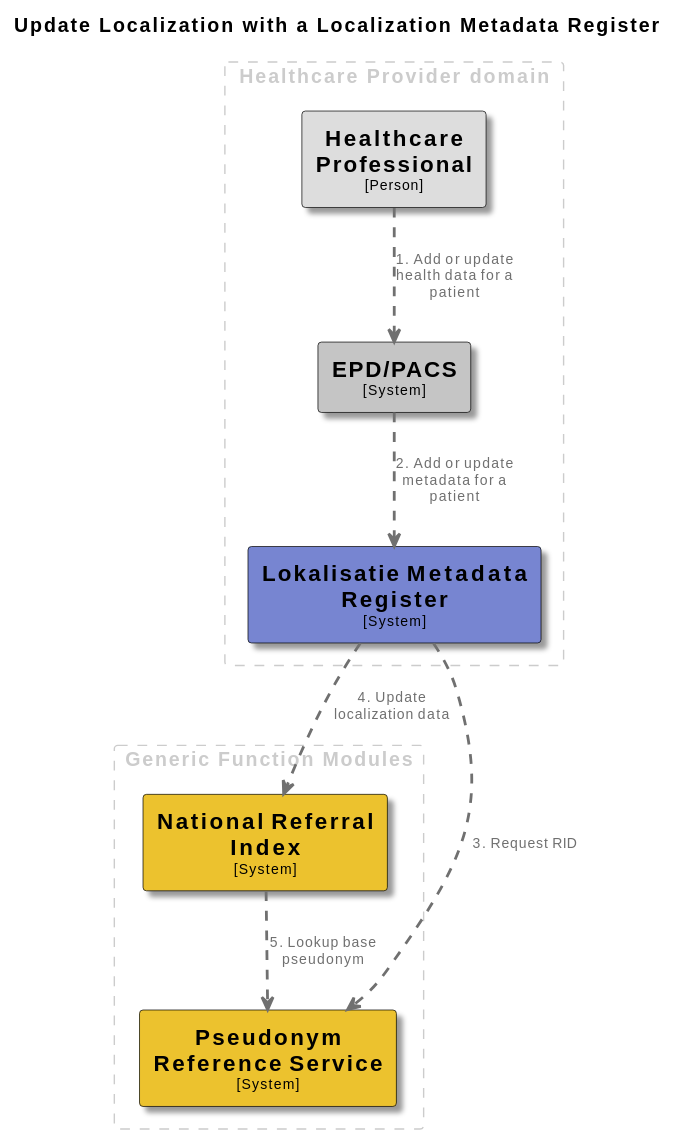
Earlier version of the PlantUML export docs/images/structurizr-UpdateLocalizationWithMetadataRegister.svg (minvws/gfmodules-coordination). Its diagram source:
```plantuml
@startuml
set separator none
title Update Localization with a Localization Metadata Register

top to bottom direction

skinparam {
  arrowFontSize 10
  defaultTextAlignment center
  wrapWidth 200
  maxMessageSize 100
}

hide stereotype

skinparam rectangle<<EPDPACS>> {
  BackgroundColor #c5c5c5
  FontColor #000000
  BorderColor #000000
  shadowing true
}
skinparam rectangle<<HealthcareProfessional>> {
  BackgroundColor #dddddd
  FontColor #000000
  BorderColor #000000
  shadowing true
}
skinparam rectangle<<LokalisatieMetadataRegister>> {
  BackgroundColor #7785d1
  FontColor #000000
  BorderColor #000000
  shadowing true
}
skinparam rectangle<<NationalReferralIndex>> {
  BackgroundColor #ecc22e
  FontColor #000000
  BorderColor #000000
  shadowing true
}
skinparam rectangle<<PseudonymReferenceService>> {
  BackgroundColor #ecc22e
  FontColor #000000
  BorderColor #000000
  shadowing true
}

rectangle "Generic Function Modules" <<group1>> as group1 {
  skinparam RectangleBorderColor<<group1>> #cccccc
  skinparam RectangleFontColor<<group1>> #cccccc
  skinparam RectangleBorderStyle<<group1>> dashed

  rectangle "==Pseudonym Reference Service\n<size:10>[System]</size>" <<PseudonymReferenceService>> as PseudonymReferenceService
  rectangle "==National Referral Index\n<size:10>[System]</size>" <<NationalReferralIndex>> as NationalReferralIndex
}

rectangle "Healthcare Provider domain" <<group2>> as group2 {
  skinparam RectangleBorderColor<<group2>> #cccccc
  skinparam RectangleFontColor<<group2>> #cccccc
  skinparam RectangleBorderStyle<<group2>> dashed

  rectangle "==Lokalisatie Metadata Register\n<size:10>[System]</size>" <<LokalisatieMetadataRegister>> as LokalisatieMetadataRegister
  rectangle "==Healthcare Professional\n<size:10>[Person]</size>" <<HealthcareProfessional>> as HealthcareProfessional
  rectangle "==EPD/PACS\n<size:10>[System]</size>" <<EPDPACS>> as EPDPACS
}

HealthcareProfessional .[#707070,thickness=2].> EPDPACS : "<color:#707070>1. Add or update health data for a patient"
EPDPACS .[#707070,thickness=2].> LokalisatieMetadataRegister : "<color:#707070>2. Add or update metadata for a patient"
LokalisatieMetadataRegister .[#707070,thickness=2].> PseudonymReferenceService : "<color:#707070>3. Request RID"
LokalisatieMetadataRegister .[#707070,thickness=2].> NationalReferralIndex : "<color:#707070>4. Update localization data"
NationalReferralIndex .[#707070,thickness=2].> PseudonymReferenceService : "<color:#707070>5. Lookup base pseudonym"
@enduml
```
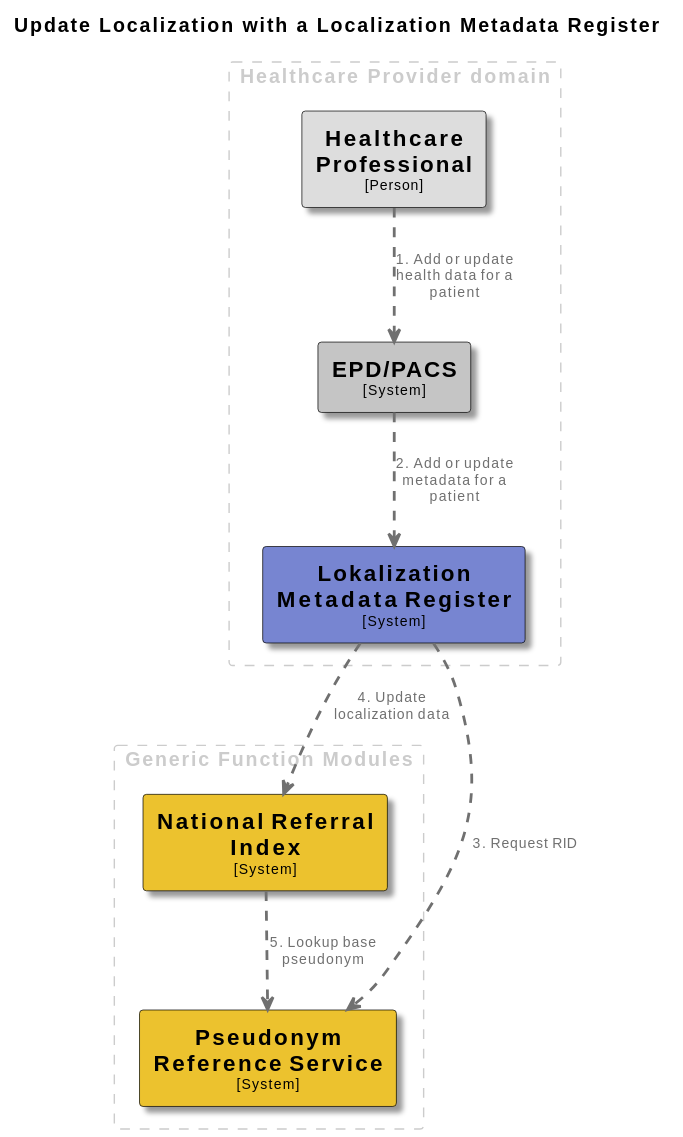
The same file after the commit.

What changed in the source:
```diff
@@ -25,7 +25,7 @@
   BorderColor #000000
   shadowing true
 }
-skinparam rectangle<<LokalisatieMetadataRegister>> {
+skinparam rectangle<<LokalizationMetadataRegister>> {
   BackgroundColor #7785d1
   FontColor #000000
   BorderColor #000000
@@ -58,14 +58,14 @@
   skinparam RectangleFontColor<<group2>> #cccccc
   skinparam RectangleBorderStyle<<group2>> dashed
 
-  rectangle "==Lokalisatie Metadata Register\n<size:10>[System]</size>" <<LokalisatieMetadataRegister>> as LokalisatieMetadataRegister
+  rectangle "==Lokalization Metadata Register\n<size:10>[System]</size>" <<LokalizationMetadataRegister>> as LokalizationMetadataRegister
   rectangle "==Healthcare Professional\n<size:10>[Person]</size>" <<HealthcareProfessional>> as HealthcareProfessional
   rectangle "==EPD/PACS\n<size:10>[System]</size>" <<EPDPACS>> as EPDPACS
 }
 
 HealthcareProfessional .[#707070,thickness=2].> EPDPACS : "<color:#707070>1. Add or update health data for a patient"
-EPDPACS .[#707070,thickness=2].> LokalisatieMetadataRegister : "<color:#707070>2. Add or update metadata for a patient"
-LokalisatieMetadataRegister .[#707070,thickness=2].> PseudonymReferenceService : "<color:#707070>3. Request RID"
-LokalisatieMetadataRegister .[#707070,thickness=2].> NationalReferralIndex : "<color:#707070>4. Update localization data"
+EPDPACS .[#707070,thickness=2].> LokalizationMetadataRegister : "<color:#707070>2. Add or update metadata for a patient"
+LokalizationMetadataRegister .[#707070,thickness=2].> PseudonymReferenceService : "<color:#707070>3. Request RID"
+LokalizationMetadataRegister .[#707070,thickness=2].> NationalReferralIndex : "<color:#707070>4. Update localization data"
 NationalReferralIndex .[#707070,thickness=2].> PseudonymReferenceService : "<color:#707070>5. Lookup base pseudonym"
 @enduml
```
